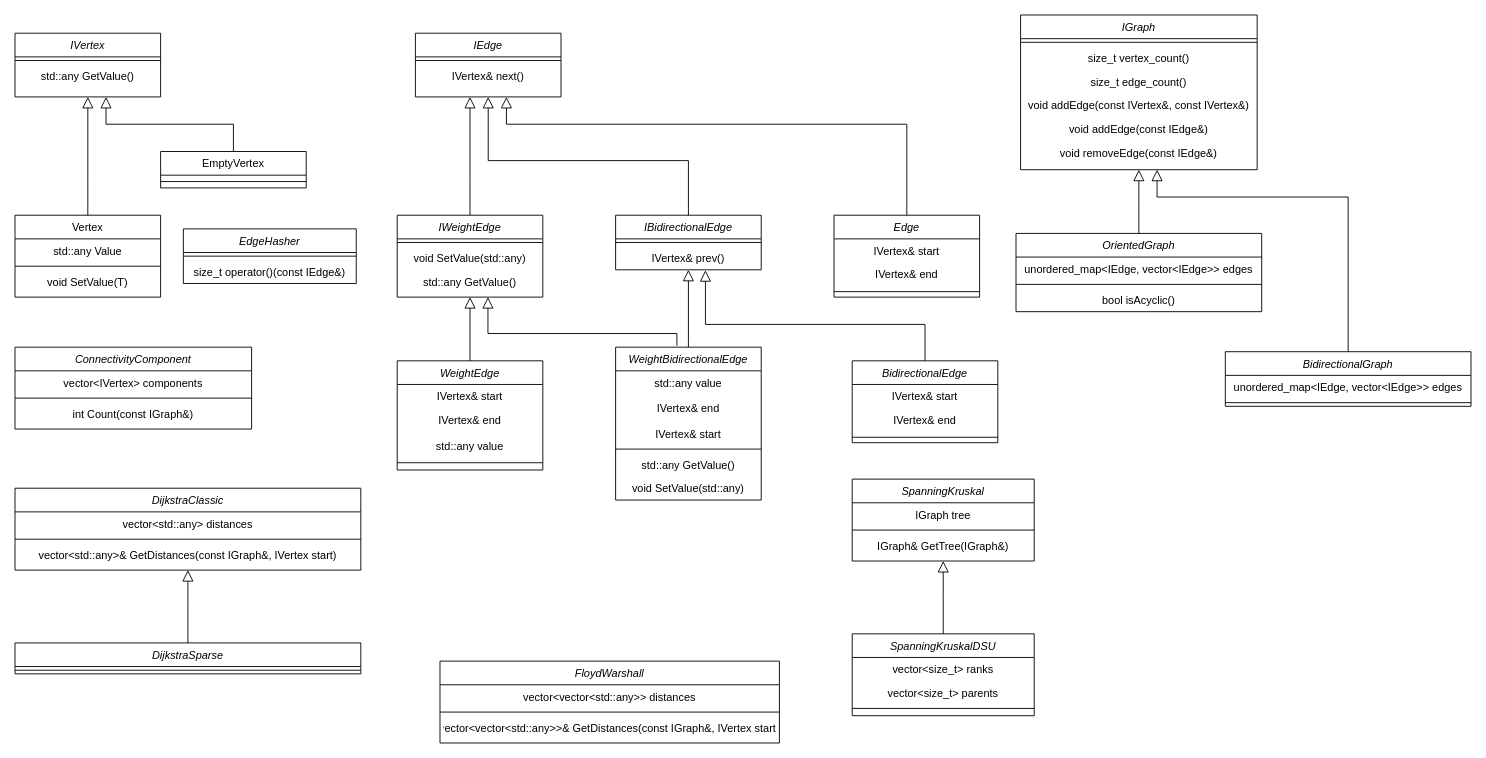
Before: page "ClassDiagram" (1 of 2) of Diagrams.drawio in VadVergasov/Graph-DLL, a draw.io diagram. Source tidied: cells renumbered, new cells numbered last; positions are measured from the earlier drawing's top-left corner, leaving out a move shared by most shapes. Both pictures are drawn from the tidied source at 91%, with x=0, y=0 at pixel (15, 15).
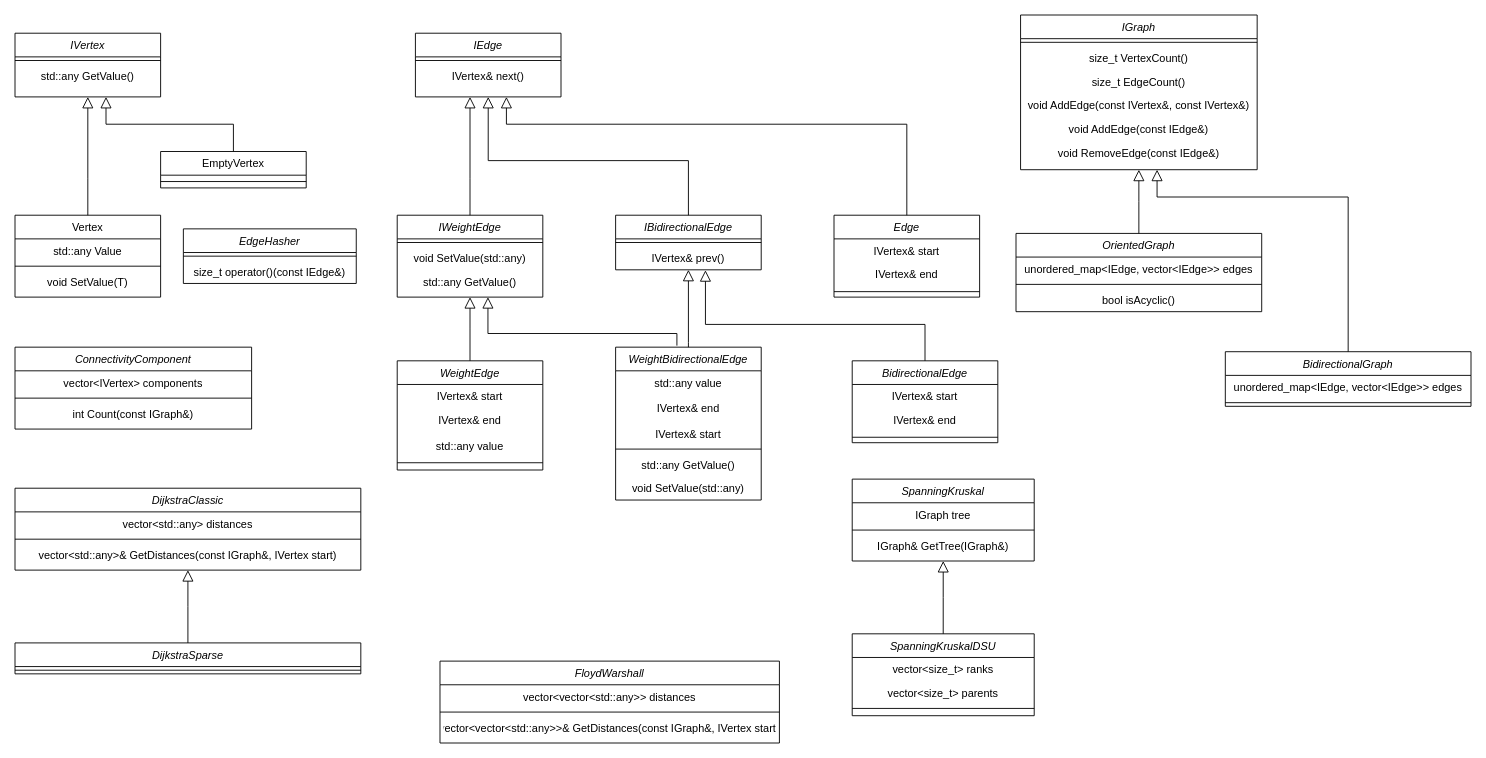
The same diagram, later.

The change refers to these unchanged cells:
```xml
<mxCell id="46" value="IGraph" style="swimlane;fontStyle=2;align=center;verticalAlign=top;horizontal=1;startSize=26;rounded=0;shadow=0;strokeWidth=1;" parent="1" vertex="1">
  <mxGeometry x="1105" width="260" height="170" as="geometry" />
</mxCell>
```

Diff of the diagram source:
```diff
@@
-    <mxCell id="48" value="size_t vertex_count()" style="text;align=center;verticalAlign=top;spacingLeft=4;spacingRight=4;overflow=hidden;" parent="46" vertex="1">
+    <mxCell id="48" value="size_t VertexCount()" style="text;align=center;verticalAlign=top;spacingLeft=4;spacingRight=4;overflow=hidden;" parent="46" vertex="1">
       <mxGeometry y="34" width="260" height="26" as="geometry" />
     </mxCell>
-    <mxCell id="49" value="size_t edge_count()" style="text;align=center;verticalAlign=top;spacingLeft=4;spacingRight=4;overflow=hidden;" parent="46" vertex="1">
+    <mxCell id="49" value="size_t EdgeCount()" style="text;align=center;verticalAlign=top;spacingLeft=4;spacingRight=4;overflow=hidden;" parent="46" vertex="1">
       <mxGeometry y="60" width="260" height="26" as="geometry" />
     </mxCell>
-    <mxCell id="50" value="void addEdge(const IVertex&amp;, const IVertex&amp;)" style="text;align=center;verticalAlign=top;spacingLeft=4;spacingRight=4;overflow=hidden;" parent="46" vertex="1">
+    <mxCell id="50" value="void AddEdge(const IVertex&amp;, const IVertex&amp;)" style="text;align=center;verticalAlign=top;spacingLeft=4;spacingRight=4;overflow=hidden;" parent="46" vertex="1">
       <mxGeometry y="86" width="260" height="26" as="geometry" />
     </mxCell>
-    <mxCell id="51" value="void addEdge(const IEdge&amp;)" style="text;align=center;verticalAlign=top;spacingLeft=4;spacingRight=4;overflow=hidden;" parent="46" vertex="1">
+    <mxCell id="51" value="void AddEdge(const IEdge&amp;)" style="text;align=center;verticalAlign=top;spacingLeft=4;spacingRight=4;overflow=hidden;" parent="46" vertex="1">
       <mxGeometry y="112" width="260" height="26" as="geometry" />
     </mxCell>
-    <mxCell id="52" value="void removeEdge(const IEdge&amp;)" style="text;align=center;verticalAlign=top;spacingLeft=4;spacingRight=4;overflow=hidden;" parent="46" vertex="1">
+    <mxCell id="52" value="void RemoveEdge(const IEdge&amp;)" style="text;align=center;verticalAlign=top;spacingLeft=4;spacingRight=4;overflow=hidden;" parent="46" vertex="1">
       <mxGeometry y="138" width="260" height="26" as="geometry" />
     </mxCell>
```
